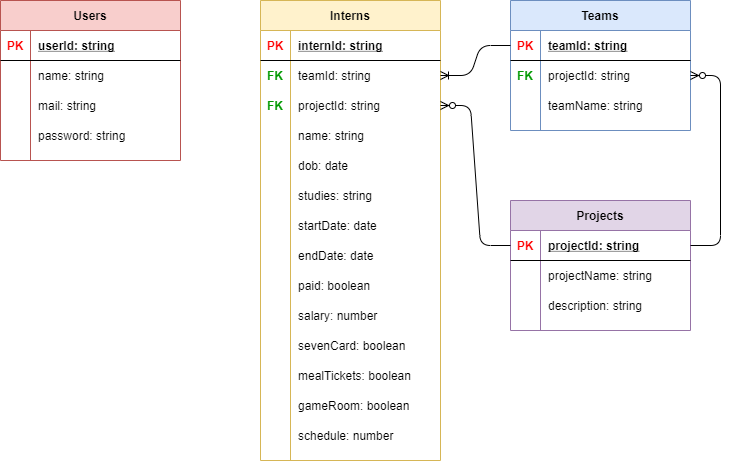
Earlier version of the draw.io export Documentation & Diagrams/sql-diag.png (GeorgianaAndries/MSD_Project). Source tidied: cells renumbered, new cells last; positions are measured from the earlier drawing's top-left corner, leaving out a move shared by most shapes.
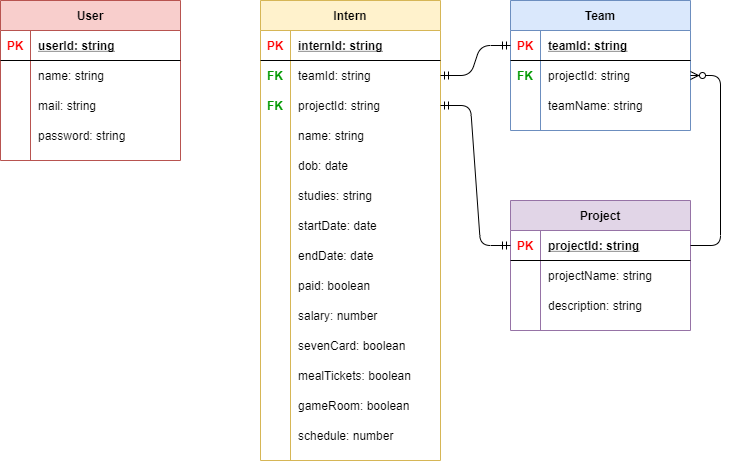
The same file after the commit.

What changed in the source:
```diff
@@ -2,7 +2,7 @@
   <root>
     <mxCell id="0" />
     <mxCell id="1" parent="0" />
-    <mxCell id="2" value="Users" style="shape=table;startSize=30;rowLines=0;fontStyle=1;align=center;fillColor=#f8cecc;strokeColor=#b85450;" parent="1" vertex="1">
+    <mxCell id="2" value="User" style="shape=table;startSize=30;rowLines=0;fontStyle=1;align=center;fillColor=#f8cecc;strokeColor=#b85450;" parent="1" vertex="1">
       <mxGeometry width="180" height="160" as="geometry" />
     </mxCell>
     <mxCell id="3" style="shape=partialRectangle;fillColor=none;top=0;left=0;bottom=1;right=0;" parent="2" vertex="1">
@@ -41,7 +41,7 @@
     <mxCell id="14" value="password: string" style="shape=partialRectangle;fillColor=none;top=0;left=0;bottom=0;right=0;align=left;spacingLeft=6;overflow=hidden;" parent="12" vertex="1">
       <mxGeometry x="30" width="150" height="30" as="geometry" />
     </mxCell>
-    <mxCell id="15" value="Projects" style="shape=table;startSize=30;rowLines=0;fontStyle=1;align=center;fillColor=#e1d5e7;strokeColor=#9673a6;" parent="1" vertex="1">
+    <mxCell id="15" value="Project" style="shape=table;startSize=30;rowLines=0;fontStyle=1;align=center;fillColor=#e1d5e7;strokeColor=#9673a6;" parent="1" vertex="1">
       <mxGeometry x="510" y="200" width="180" height="130" as="geometry" />
     </mxCell>
     <mxCell id="16" style="shape=partialRectangle;fillColor=none;top=0;left=0;bottom=1;right=0;points=[[0,0.5],[1,0.5]];portConstraint=eastwest;" parent="15" vertex="1">
@@ -71,7 +71,7 @@
     <mxCell id="24" value="description: string" style="shape=partialRectangle;fillColor=none;top=0;left=0;bottom=0;right=0;align=left;spacingLeft=6;overflow=hidden;" parent="22" vertex="1">
       <mxGeometry x="30" width="150" height="30" as="geometry" />
     </mxCell>
-    <mxCell id="25" value="Teams" style="shape=table;startSize=30;rowLines=0;fontStyle=1;align=center;fillColor=#dae8fc;strokeColor=#6c8ebf;" parent="1" vertex="1">
+    <mxCell id="25" value="Team" style="shape=table;startSize=30;rowLines=0;fontStyle=1;align=center;fillColor=#dae8fc;strokeColor=#6c8ebf;" parent="1" vertex="1">
       <mxGeometry x="510" width="180" height="130" as="geometry" />
     </mxCell>
     <mxCell id="26" style="shape=partialRectangle;fillColor=none;top=0;left=0;bottom=1;right=0;points=[[0,0.5],[1,0.5]];portConstraint=eastwest;" parent="25" vertex="1">
@@ -101,7 +101,7 @@
     <mxCell id="34" value="teamName: string" style="shape=partialRectangle;fillColor=none;top=0;left=0;bottom=0;right=0;align=left;spacingLeft=6;overflow=hidden;" parent="32" vertex="1">
       <mxGeometry x="30" width="150" height="30" as="geometry" />
     </mxCell>
-    <mxCell id="35" value="Interns" style="shape=table;startSize=30;rowLines=0;fontStyle=1;align=center;fillColor=#fff2cc;strokeColor=#d6b656;" parent="1" vertex="1">
+    <mxCell id="35" value="Intern" style="shape=table;startSize=30;rowLines=0;fontStyle=1;align=center;fillColor=#fff2cc;strokeColor=#d6b656;" parent="1" vertex="1">
       <mxGeometry x="260" width="180" height="460" as="geometry" />
     </mxCell>
     <mxCell id="36" style="shape=partialRectangle;fillColor=none;top=0;left=0;bottom=1;right=0;" parent="35" vertex="1">
@@ -233,11 +233,11 @@
     <mxCell id="78" style="edgeStyle=entityRelationEdgeStyle;fontSize=12;html=1;endArrow=ERzeroToMany;endFill=1;exitX=1;exitY=0.5;exitDx=0;exitDy=0;" parent="1" edge="1" source="16" target="29">
       <mxGeometry relative="1" as="geometry" />
     </mxCell>
-    <mxCell id="79" style="edgeStyle=entityRelationEdgeStyle;fontSize=12;html=1;endArrow=ERoneToMany;" parent="1" edge="1" source="26" target="39">
-      <mxGeometry relative="1" as="geometry" />
-    </mxCell>
-    <mxCell id="80" style="edgeStyle=entityRelationEdgeStyle;fontSize=12;html=1;endArrow=ERzeroToMany;endFill=1;exitX=0;exitY=0.5;exitDx=0;exitDy=0;" parent="1" edge="1" source="16" target="42">
-      <mxGeometry relative="1" as="geometry" />
-    </mxCell>
+    <mxCell id="81" style="edgeStyle=entityRelationEdgeStyle;fontSize=12;html=1;endArrow=ERmandOne;startArrow=ERmandOne;entryX=0;entryY=0.5;entryDx=0;entryDy=0;exitX=1;exitY=0.5;exitDx=0;exitDy=0;" parent="1" edge="1" source="39" target="26">
+      <mxGeometry relative="1" as="geometry" />
+    </mxCell>
+    <mxCell id="82" style="edgeStyle=entityRelationEdgeStyle;fontSize=12;html=1;endArrow=ERmandOne;startArrow=ERmandOne;entryX=0;entryY=0.5;entryDx=0;entryDy=0;exitX=1;exitY=0.5;exitDx=0;exitDy=0;" parent="1" edge="1" source="42" target="16">
+      <mxGeometry relative="1" as="geometry" />
+    </mxCell>
   </root>
 </mxGraphModel>
```
